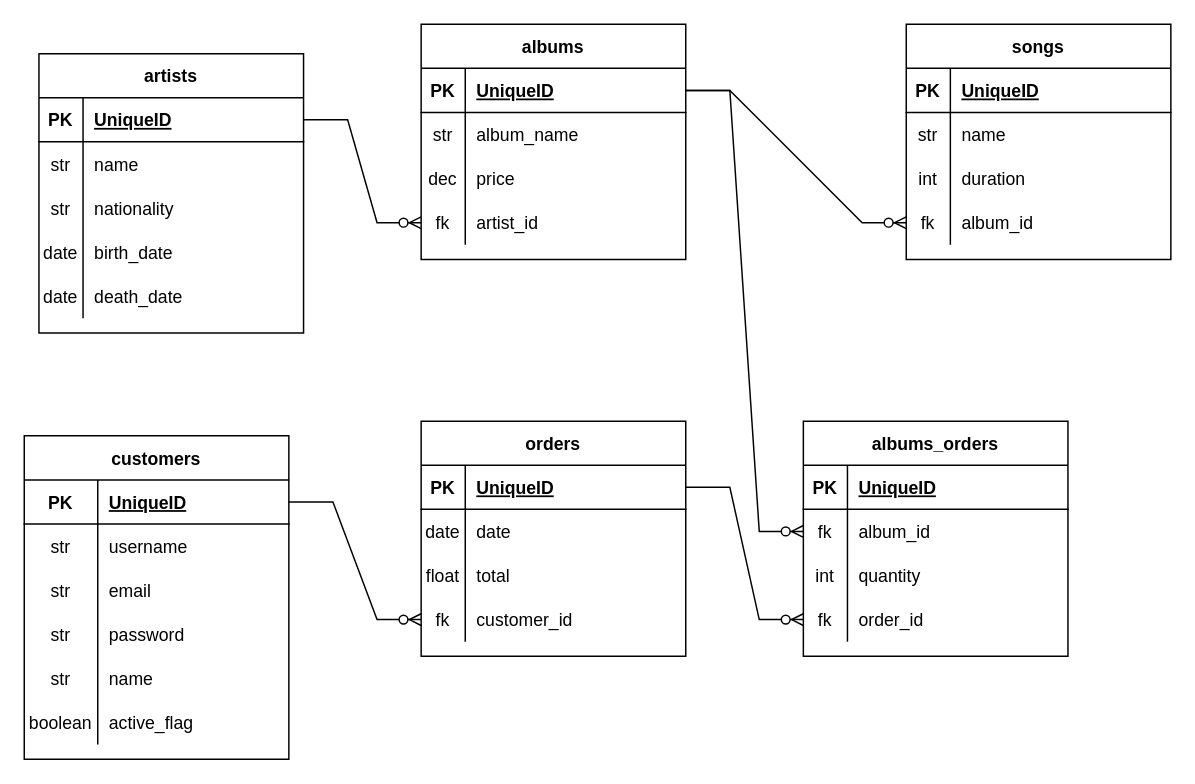
fabio4520/Project-Music-Store keeps this draw.io diagram as music-store.drawio. Above is the earlier version. Source tidied: cells renumbered, new cells numbered last; positions are measured from the earlier drawing's top-left corner, leaving out a move shared by most shapes. Both pictures are drawn from the tidied source at 147%, with x=0, y=0 at pixel (24, 24).
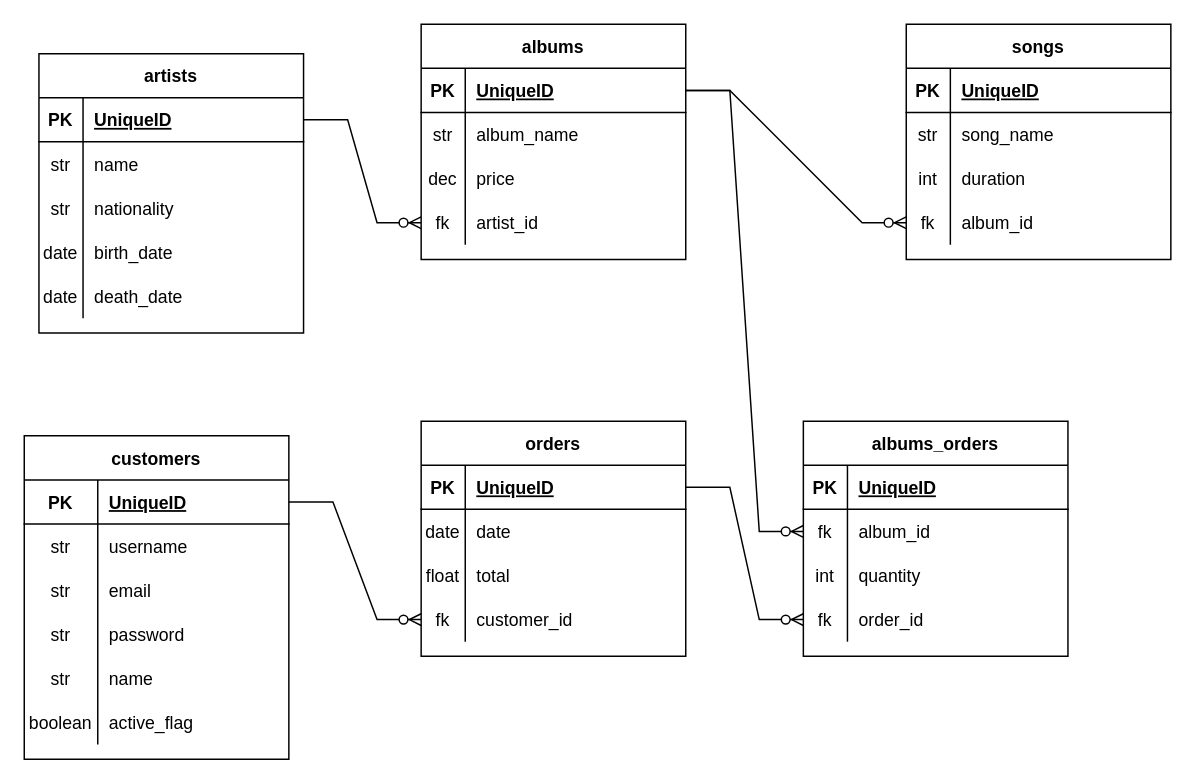
After the change.

Commit message:
FIX: Rename column in Songs. name --> song_name

The change refers to these unchanged cells:
```xml
<mxCell id="19" style="shape=tableRow;horizontal=0;startSize=0;swimlaneHead=0;swimlaneBody=0;fillColor=none;top=0;left=0;right=0;bottom=0;" parent="15" vertex="1">
  <mxGeometry y="60" width="180" height="30" as="geometry" />
</mxCell>
```

What changed in the source:
```diff
@@
-    <mxCell id="21" value="name" style="shape=partialRectangle;fillColor=none;top=0;left=0;bottom=0;right=0;align=left;spacingLeft=6;overflow=hidden;" parent="19" vertex="1">
+    <mxCell id="21" value="song_name" style="shape=partialRectangle;fillColor=none;top=0;left=0;bottom=0;right=0;align=left;spacingLeft=6;overflow=hidden;" parent="19" vertex="1">
       <mxGeometry x="30" width="150" height="30" as="geometry" />
     </mxCell>
```
